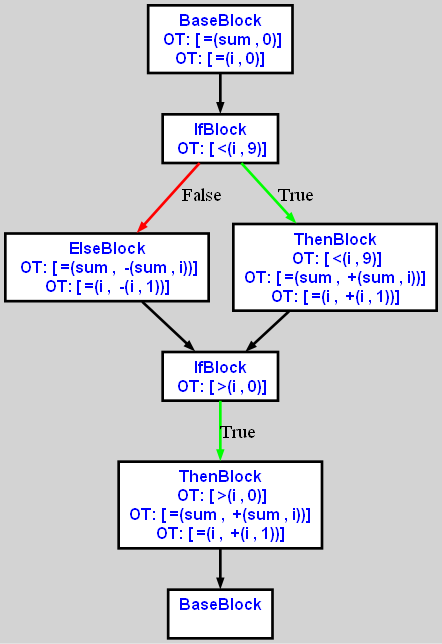
The Graphviz diagram cpoCompilerWin/cfgi0.dot.png in aveen007/CountingMonkeys, before a commit. Its source is kept beside it as cpoCompilerWin/cfgi0.dot.
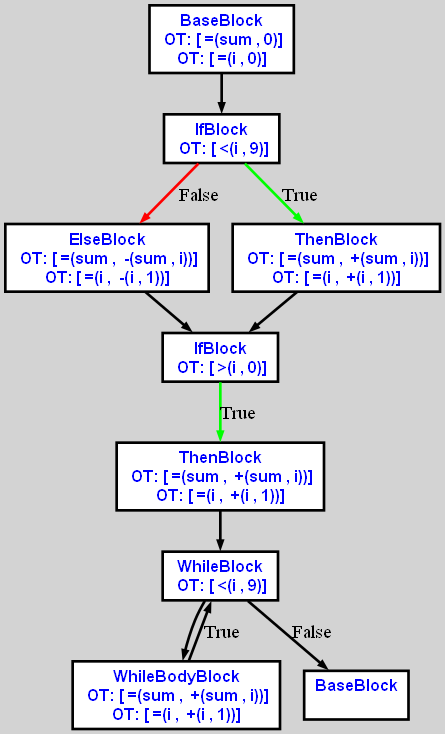
After the change.

Change to the diagram source:
```diff
@@ -4,27 +4,36 @@
 bgcolor="lightgrey";  node [shape=box, fixedsize=false, fontsize=12, fontname="Helvetica-bold", fontcolor="blue"
 width=.25, height=.25, color="black", fillcolor="white", style="filled, solid, bold"];
 
-edge [arrowsize=.5, color="black", style="bold"]    n000001FBE178CC10 [label="BaseBlock\n OT: [ =(sum , 0)]
+edge [arrowsize=.5, color="black", style="bold"]    n000002204DC50290 [label="BaseBlock\n OT: [ =(sum , 0)]
 OT: [ =(i , 0)]
 "]
-    n000001FBE178CC10 -> n000001FBE178CD60
-    n000001FBE178CD60 [label="IfBlock\n OT: [ <(i , 9)]
+    n000002204DC50290 -> n000002204DC4FDC0
+    n000002204DC4FDC0 [label="IfBlock\n OT: [ <(i , 9)]
 "]
-    n000001FBE178D150 [label="ElseBlock\n OT: [ =(sum ,  -(sum , i))]
+    n000002204DC4F730 [label="ElseBlock\n OT: [ =(sum ,  -(sum , i))]
 OT: [ =(i ,  -(i , 1))]
 "]
-    n000001FBE178D070 [label="ThenBlock\n OT: [ <(i , 9)]
-OT: [ =(sum ,  +(sum , i))]
+    n000002204DC4FB90 [label="ThenBlock\n OT: [ =(sum ,  +(sum , i))]
 OT: [ =(i ,  +(i , 1))]
 "]
-    n000001FBE178CD60 -> n000001FBE178D150 [label="False" color="red"]
-    n000001FBE178D150 -> n000001FBE178CDD0    n000001FBE178CD60 -> n000001FBE178D070 [label="True" color="green"]
-    n000001FBE178D070 -> n000001FBE178CDD0    n000001FBE178CDD0 [label="IfBlock\n OT: [ >(i , 0)]
+    n000002204DC4FDC0 -> n000002204DC4F730 [label="False" color="red"]
+    n000002204DC4F730 -> n000002204DC4FF80    n000002204DC4FDC0 -> n000002204DC4FB90 [label="True" color="green"]
+    n000002204DC4FB90 -> n000002204DC4FF80    n000002204DC4FF80 [label="IfBlock\n OT: [ >(i , 0)]
 "]
-    n000001FBE178CA50 [label="ThenBlock\n OT: [ >(i , 0)]
-OT: [ =(sum ,  +(sum , i))]
+    n000002204DC4F9D0 [label="ThenBlock\n OT: [ =(sum ,  +(sum , i))]
 OT: [ =(i ,  +(i , 1))]
 "]
-    n000001FBE178CDD0 -> n000001FBE178CA50 [label="True" color="green"]
-    n000001FBE178CA50 -> n000001FBE178CAC0    n000001FBE178CAC0 [label="BaseBlock\n "]
+    n000002204DC4FF80 -> n000002204DC4F9D0 [label="True" color="green"]
+    n000002204DC4F9D0 -> n000002204DC503E0    n000002204DC503E0 [label="WhileBlock\n OT: [ <(i , 9)]
+"]
+    n000002204DC503E0 -> n000002204DC4F5E0
+    n000002204DC4F5E0 [label="WhileBodyBlock\n OT: [ =(sum ,  +(sum , i))]
+OT: [ =(i ,  +(i , 1))]
+"]
+    n000002204DC4F5E0 [label="WhileBodyBlock\n OT: [ =(sum ,  +(sum , i))]
+OT: [ =(i ,  +(i , 1))]
+"]
+    n000002204DC4F5E0 -> n000002204DC503E0 [label="True" color="black"]
+    n000002204DC503E0 -> n000002204DC4FC70 [label="False" color="black"]
+    n000002204DC4FC70 [label="BaseBlock\n "]
 }
```
